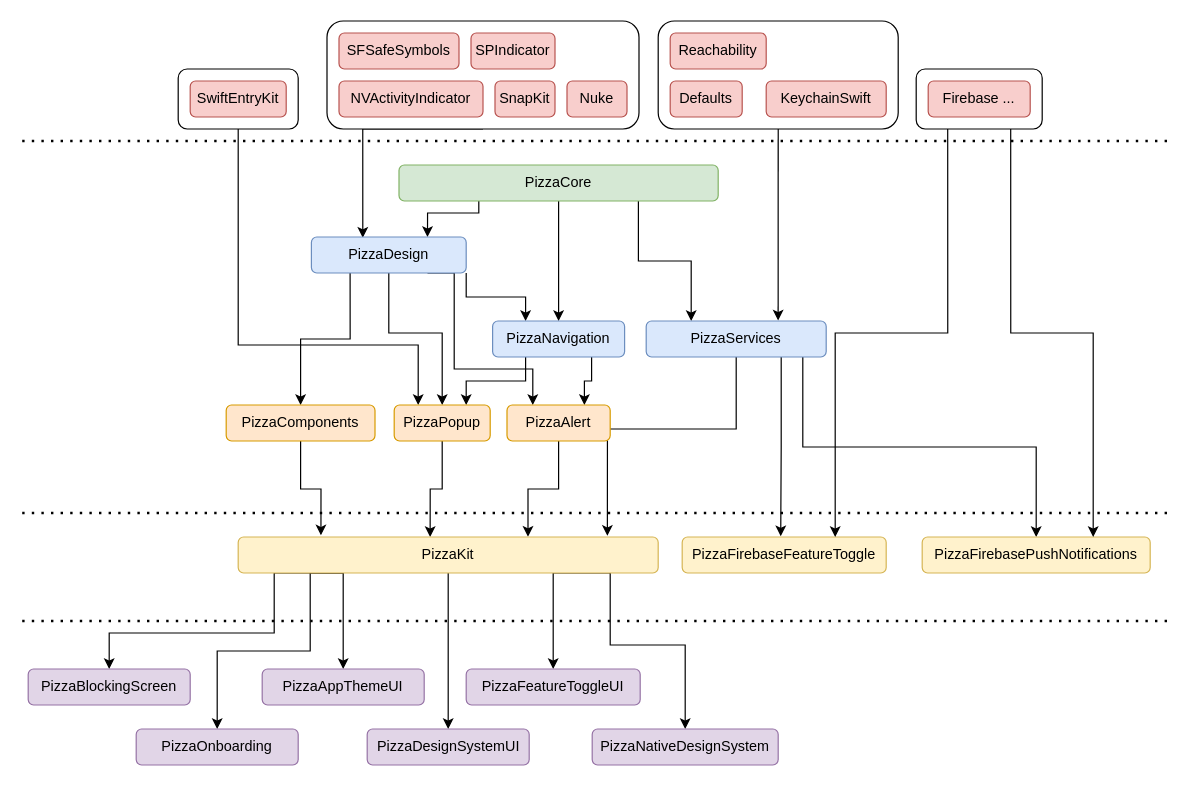
Before: Resources/diagram.drawio in PizzaKit/pizzakit, a draw.io diagram. Source tidied: cells renumbered, new cells numbered last; positions are measured from the earlier drawing's top-left corner, leaving out a move shared by most shapes. Both pictures are drawn from the tidied source at 120%, with x=0, y=0 at pixel (22, 20).
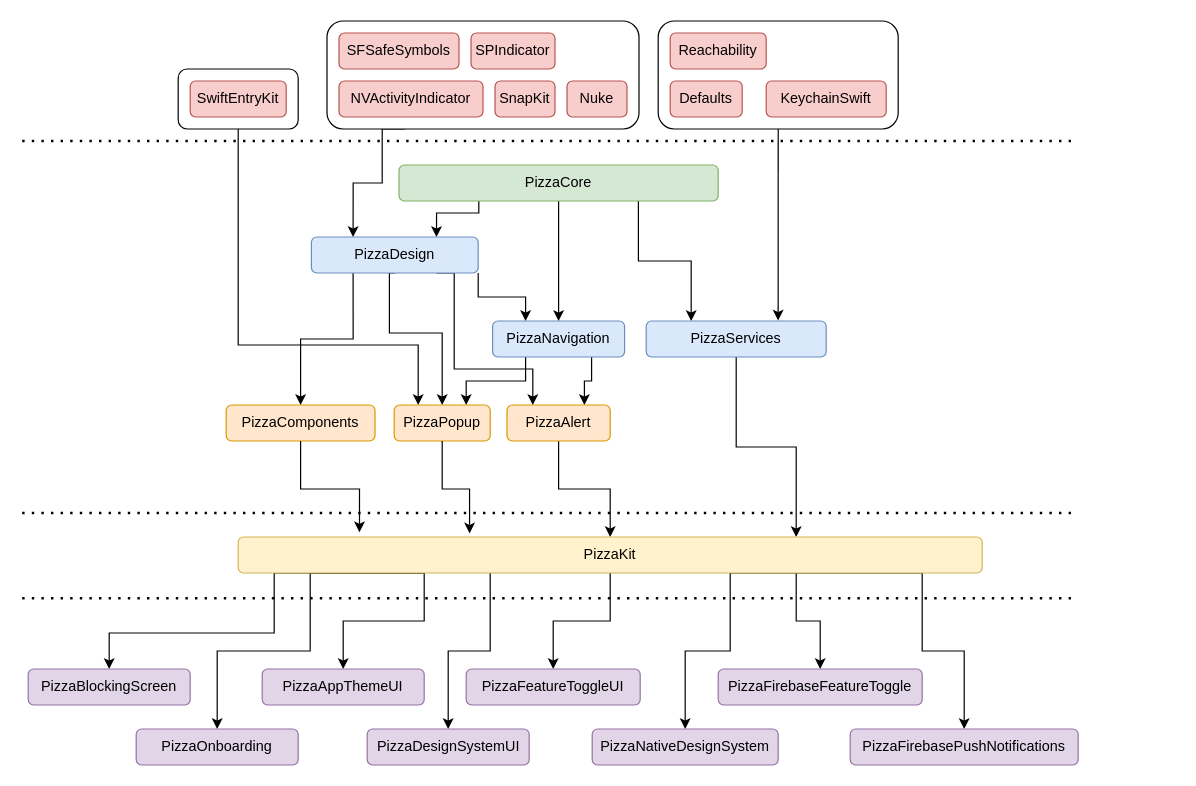
Above is the later version.

The change refers to these unchanged cells:
```xml
<mxCell id="7" style="rounded=1;whiteSpace=wrap;html=1;" parent="1" vertex="1">
  <mxGeometry x="254" width="260" height="90" as="geometry" />
</mxCell>
<mxCell id="11" value="PizzaCore" style="rounded=1;whiteSpace=wrap;html=1;fillColor=#d5e8d4;strokeColor=#82b366;" parent="1" vertex="1">
  <mxGeometry x="314" y="120" width="266" height="30" as="geometry" />
</mxCell>
<mxCell id="26" value="PizzaServices" style="rounded=1;whiteSpace=wrap;html=1;fillColor=#dae8fc;strokeColor=#6c8ebf;" parent="1" vertex="1">
  <mxGeometry x="520" y="250" width="150" height="30" as="geometry" />
</mxCell>
<mxCell id="30" value="PizzaAlert" style="rounded=1;whiteSpace=wrap;html=1;fillColor=#ffe6cc;strokeColor=#d79b00;" parent="1" vertex="1">
  <mxGeometry x="404" y="320" width="86" height="30" as="geometry" />
</mxCell>
<mxCell id="32" value="PizzaPopup" style="rounded=1;whiteSpace=wrap;html=1;fillColor=#ffe6cc;strokeColor=#d79b00;" parent="1" vertex="1">
  <mxGeometry x="310" y="320" width="80" height="30" as="geometry" />
</mxCell>
<mxCell id="42" value="PizzaComponents" style="rounded=1;whiteSpace=wrap;html=1;fillColor=#ffe6cc;strokeColor=#d79b00;" parent="1" vertex="1">
  <mxGeometry x="170" y="320" width="124" height="30" as="geometry" />
</mxCell>
<mxCell id="44" value="PizzaFeatureToggleUI" style="rounded=1;whiteSpace=wrap;html=1;fillColor=#e1d5e7;strokeColor=#9673a6;" parent="1" vertex="1">
  <mxGeometry x="370" y="540" width="145" height="30" as="geometry" />
</mxCell>
<mxCell id="57" value="PizzaDesignSystemUI" style="rounded=1;whiteSpace=wrap;html=1;fillColor=#e1d5e7;strokeColor=#9673a6;" parent="1" vertex="1">
  <mxGeometry x="287.5" y="590" width="135" height="30" as="geometry" />
</mxCell>
<mxCell id="58" value="PizzaNativeDesignSystem" style="rounded=1;whiteSpace=wrap;html=1;fillColor=#e1d5e7;strokeColor=#9673a6;" parent="1" vertex="1">
  <mxGeometry x="475" y="590" width="155" height="30" as="geometry" />
</mxCell>
```

The edit, as a diff of the source:
```diff
@@
-    <mxCell id="6" style="edgeStyle=orthogonalEdgeStyle;rounded=0;jettySize=auto;html=1;exitX=0.5;exitY=1;exitDx=0;exitDy=0;entryX=0.332;entryY=0.02;entryDx=0;entryDy=0;entryPerimeter=0;" parent="1" edge="1" source="7" target="16">
+    <mxCell id="6" style="edgeStyle=orthogonalEdgeStyle;rounded=0;jettySize=auto;html=1;exitX=0.25;exitY=1;exitDx=0;exitDy=0;entryX=0.25;entryY=0;entryDx=0;entryDy=0;" parent="1" edge="1" source="7" target="16">
       <mxGeometry relative="1" as="geometry">
         <Array as="points">
-          <mxPoint x="284" y="90" />
+          <mxPoint x="300" y="90" />
+          <mxPoint x="300" y="135" />
+          <mxPoint x="276" y="135" />
         </Array>
       </mxGeometry>
     </mxCell>
@@
     <mxCell id="8" style="edgeStyle=orthogonalEdgeStyle;rounded=0;jettySize=auto;html=1;exitX=0.25;exitY=1;exitDx=0;exitDy=0;entryX=0.75;entryY=0;entryDx=0;entryDy=0;" parent="1" edge="1" source="11" target="16">
       <mxGeometry relative="1" as="geometry">
         <Array as="points">
           <mxPoint x="381" y="160" />
-          <mxPoint x="338" y="160" />
+          <mxPoint x="345" y="160" />
         </Array>
       </mxGeometry>
     </mxCell>
@@
     <mxCell id="16" value="PizzaDesign" style="rounded=1;whiteSpace=wrap;html=1;fillColor=#dae8fc;strokeColor=#6c8ebf;" parent="1" vertex="1">
-      <mxGeometry x="241" y="180" width="129" height="30" as="geometry" />
+      <mxGeometry x="241" y="180" width="139" height="30" as="geometry" />
     </mxCell>
@@
-    <mxCell id="23" style="edgeStyle=orthogonalEdgeStyle;rounded=0;jettySize=auto;html=1;entryX=0.879;entryY=-0.033;entryDx=0;entryDy=0;entryPerimeter=0;" parent="1" edge="1" source="26" target="40">
-      <mxGeometry relative="1" as="geometry">
-        <Array as="points">
-          <mxPoint x="595" y="340" />
-          <mxPoint x="488" y="340" />
-        </Array>
-      </mxGeometry>
+    <mxCell id="23" style="edgeStyle=orthogonalEdgeStyle;rounded=0;jettySize=auto;html=1;entryX=0.75;entryY=0;entryDx=0;entryDy=0;" parent="1" edge="1" source="26" target="40">
+      <mxGeometry relative="1" as="geometry" />
     </mxCell>
-    <mxCell id="24" style="edgeStyle=orthogonalEdgeStyle;rounded=0;jettySize=auto;html=1;exitX=0.75;exitY=1;exitDx=0;exitDy=0;entryX=0.483;entryY=-0.02;entryDx=0;entryDy=0;entryPerimeter=0;" parent="1" edge="1" source="26" target="43">
-      <mxGeometry relative="1" as="geometry" />
-    </mxCell>
-    <mxCell id="25" style="edgeStyle=orthogonalEdgeStyle;rounded=0;jettySize=auto;html=1;exitX=0.87;exitY=0.996;exitDx=0;exitDy=0;entryX=0.5;entryY=0;entryDx=0;entryDy=0;exitPerimeter=0;" parent="1" edge="1" source="26" target="50">
-      <mxGeometry relative="1" as="geometry" />
-    </mxCell>
@@
-    <mxCell id="29" style="edgeStyle=orthogonalEdgeStyle;rounded=0;jettySize=auto;html=1;entryX=0.69;entryY=-0.006;entryDx=0;entryDy=0;entryPerimeter=0;" parent="1" edge="1" source="30" target="40">
+    <mxCell id="29" style="edgeStyle=orthogonalEdgeStyle;rounded=0;jettySize=auto;html=1;exitX=0.5;exitY=1;exitDx=0;exitDy=0;entryX=0.5;entryY=0;entryDx=0;entryDy=0;" parent="1" edge="1" source="30" target="40">
       <mxGeometry relative="1" as="geometry" />
     </mxCell>
@@
-    <mxCell id="31" style="edgeStyle=orthogonalEdgeStyle;rounded=0;jettySize=auto;html=1;entryX=0.457;entryY=-0.001;entryDx=0;entryDy=0;entryPerimeter=0;" parent="1" edge="1" source="32" target="40">
-      <mxGeometry relative="1" as="geometry" />
-    </mxCell>
@@
-    <mxCell id="34" style="edgeStyle=orthogonalEdgeStyle;rounded=0;jettySize=auto;html=1;exitX=0.75;exitY=1;exitDx=0;exitDy=0;" parent="1" edge="1" source="40" target="44">
-      <mxGeometry relative="1" as="geometry" />
-    </mxCell>
@@
-    <mxCell id="36" style="edgeStyle=orthogonalEdgeStyle;rounded=0;jettySize=auto;html=1;exitX=0.5;exitY=1;exitDx=0;exitDy=0;" parent="1" edge="1" source="40" target="57">
-      <mxGeometry relative="1" as="geometry" />
-    </mxCell>
-    <mxCell id="37" style="edgeStyle=orthogonalEdgeStyle;rounded=0;jettySize=auto;html=1;exitX=0.75;exitY=1;exitDx=0;exitDy=0;entryX=0.5;entryY=0;entryDx=0;entryDy=0;" parent="1" edge="1" source="40" target="58">
-      <mxGeometry relative="1" as="geometry">
-        <Array as="points">
-          <mxPoint x="490" y="460" />
-          <mxPoint x="490" y="520" />
-          <mxPoint x="553" y="520" />
-        </Array>
-      </mxGeometry>
-    </mxCell>
@@
+    <mxCell id="36" style="edgeStyle=orthogonalEdgeStyle;rounded=0;jettySize=auto;html=1;entryX=0.5;entryY=0;entryDx=0;entryDy=0;" parent="1" edge="1" source="40" target="57">
+      <mxGeometry relative="1" as="geometry">
+        <Array as="points">
+          <mxPoint x="390" y="525" />
+          <mxPoint x="355" y="525" />
+        </Array>
+      </mxGeometry>
+    </mxCell>
+    <mxCell id="34" style="edgeStyle=orthogonalEdgeStyle;rounded=0;jettySize=auto;html=1;entryX=0.5;entryY=0;entryDx=0;entryDy=0;" parent="1" edge="1" source="40" target="44">
+      <mxGeometry relative="1" as="geometry" />
+    </mxCell>
+    <mxCell id="61" style="edgeStyle=orthogonalEdgeStyle;rounded=0;jettySize=auto;html=1;exitX=0.75;exitY=1;exitDx=0;exitDy=0;entryX=0.5;entryY=0;entryDx=0;entryDy=0;" parent="1" edge="1" source="40" target="50">
+      <mxGeometry relative="1" as="geometry">
+        <Array as="points">
+          <mxPoint x="750" y="460" />
+          <mxPoint x="750" y="525" />
+          <mxPoint x="785" y="525" />
+        </Array>
+      </mxGeometry>
+    </mxCell>
+    <mxCell id="62" style="edgeStyle=orthogonalEdgeStyle;rounded=0;jettySize=auto;html=1;exitX=0.75;exitY=1;exitDx=0;exitDy=0;entryX=0.5;entryY=0;entryDx=0;entryDy=0;" parent="1" edge="1" source="40" target="43">
+      <mxGeometry relative="1" as="geometry" />
+    </mxCell>
+    <mxCell id="37" style="edgeStyle=orthogonalEdgeStyle;rounded=0;jettySize=auto;html=1;exitX=0.75;exitY=1;exitDx=0;exitDy=0;entryX=0.5;entryY=0;entryDx=0;entryDy=0;" parent="1" edge="1" source="40" target="58">
+      <mxGeometry relative="1" as="geometry">
+        <Array as="points">
+          <mxPoint x="590" y="460" />
+          <mxPoint x="590" y="525" />
+          <mxPoint x="553" y="525" />
+        </Array>
+      </mxGeometry>
+    </mxCell>
     <mxCell id="40" value="PizzaKit" style="rounded=1;whiteSpace=wrap;html=1;fillColor=#fff2cc;strokeColor=#d6b656;" parent="1" vertex="1">
-      <mxGeometry x="180" y="430" width="350" height="30" as="geometry" />
+      <mxGeometry x="180" y="430" width="620" height="30" as="geometry" />
     </mxCell>
-    <mxCell id="41" style="edgeStyle=orthogonalEdgeStyle;rounded=0;jettySize=auto;html=1;exitX=0.5;exitY=1;exitDx=0;exitDy=0;entryX=0.197;entryY=-0.047;entryDx=0;entryDy=0;entryPerimeter=0;" parent="1" edge="1" source="42" target="40">
-      <mxGeometry relative="1" as="geometry" />
-    </mxCell>
@@
-    <mxCell id="43" value="PizzaFirebaseFeatureToggle" style="rounded=1;whiteSpace=wrap;html=1;fillColor=#fff2cc;strokeColor=#d6b656;" parent="1" vertex="1">
-      <mxGeometry x="550" y="430" width="170" height="30" as="geometry" />
+    <mxCell id="43" value="PizzaFirebaseFeatureToggle" style="rounded=1;whiteSpace=wrap;html=1;fillColor=#e1d5e7;strokeColor=#9673a6;" parent="1" vertex="1">
+      <mxGeometry x="580" y="540" width="170" height="30" as="geometry" />
     </mxCell>
@@
     <mxCell id="47" style="endArrow=none;dashed=1;html=1;dashPattern=1 3;strokeWidth=2;rounded=0;" parent="1" edge="1">
       <mxGeometry relative="1" as="geometry">
         <mxPoint y="100" as="sourcePoint" />
-        <mxPoint x="960" y="100" as="targetPoint" />
+        <mxPoint x="880" y="100" as="targetPoint" />
       </mxGeometry>
     </mxCell>
     <mxCell id="48" style="endArrow=none;dashed=1;html=1;dashPattern=1 3;strokeWidth=2;rounded=0;" parent="1" edge="1">
       <mxGeometry relative="1" as="geometry">
         <mxPoint y="410" as="sourcePoint" />
-        <mxPoint x="960" y="410" as="targetPoint" />
+        <mxPoint x="880" y="410" as="targetPoint" />
       </mxGeometry>
     </mxCell>
     <mxCell id="49" style="endArrow=none;dashed=1;html=1;dashPattern=1 3;strokeWidth=2;rounded=0;" parent="1" edge="1">
       <mxGeometry relative="1" as="geometry">
-        <mxPoint y="500" as="sourcePoint" />
-        <mxPoint x="960" y="500" as="targetPoint" />
+        <mxPoint y="481" as="sourcePoint" />
+        <mxPoint x="880" y="481" as="targetPoint" />
       </mxGeometry>
     </mxCell>
-    <mxCell id="50" value="PizzaFirebasePushNotifications" style="rounded=1;whiteSpace=wrap;html=1;fillColor=#fff2cc;strokeColor=#d6b656;" parent="1" vertex="1">
-      <mxGeometry x="750" y="430" width="190" height="30" as="geometry" />
+    <mxCell id="50" value="PizzaFirebasePushNotifications" style="rounded=1;whiteSpace=wrap;html=1;fillColor=#e1d5e7;strokeColor=#9673a6;" parent="1" vertex="1">
+      <mxGeometry x="690" y="590" width="190" height="30" as="geometry" />
     </mxCell>
-    <mxCell id="51" style="edgeStyle=orthogonalEdgeStyle;rounded=0;jettySize=auto;html=1;exitX=0.25;exitY=1;exitDx=0;exitDy=0;entryX=0.75;entryY=0;entryDx=0;entryDy=0;" parent="1" edge="1" source="53" target="43">
-      <mxGeometry relative="1" as="geometry" />
-    </mxCell>
-    <mxCell id="52" style="edgeStyle=orthogonalEdgeStyle;rounded=0;jettySize=auto;html=1;exitX=0.75;exitY=1;exitDx=0;exitDy=0;entryX=0.75;entryY=0;entryDx=0;entryDy=0;" parent="1" edge="1" source="53" target="50">
-      <mxGeometry relative="1" as="geometry" />
-    </mxCell>
-    <mxCell id="53" style="rounded=1;whiteSpace=wrap;html=1;" parent="1" vertex="1">
-      <mxGeometry x="745" y="40" width="105" height="50" as="geometry" />
-    </mxCell>
-    <mxCell id="54" value="Firebase ..." style="rounded=1;whiteSpace=wrap;html=1;fillColor=#f8cecc;strokeColor=#b85450;" parent="1" vertex="1">
-      <mxGeometry x="755" y="50" width="85" height="30" as="geometry" />
-    </mxCell>
@@
+    <mxCell id="31" style="edgeStyle=orthogonalEdgeStyle;rounded=0;jettySize=auto;html=1;exitX=0.5;exitY=1;exitDx=0;exitDy=0;entryX=0.311;entryY=-0.1;entryDx=0;entryDy=0;entryPerimeter=0;" parent="1" edge="1" source="32" target="40">
+      <mxGeometry relative="1" as="geometry" />
+    </mxCell>
+    <mxCell id="41" style="edgeStyle=orthogonalEdgeStyle;rounded=0;jettySize=auto;html=1;exitX=0.5;exitY=1;exitDx=0;exitDy=0;entryX=0.163;entryY=-0.133;entryDx=0;entryDy=0;entryPerimeter=0;" parent="1" edge="1" source="42" target="40">
+      <mxGeometry relative="1" as="geometry" />
+    </mxCell>
```
